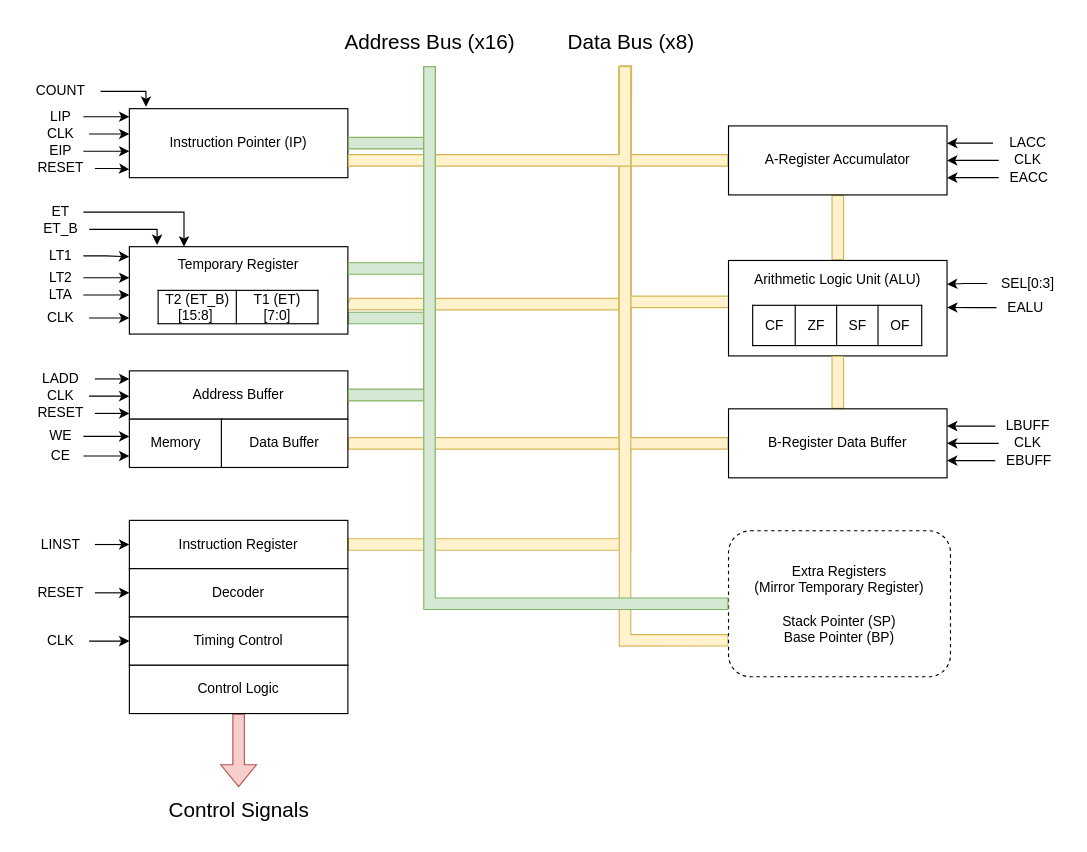
Before: System_Schematic.drawio in GrasonHumphrey/goOSe_CPU_Emulator, a draw.io diagram. Source tidied: cells renumbered, new cells numbered last; positions are measured from the earlier drawing's top-left corner, leaving out a move shared by most shapes. Both pictures are drawn from the tidied source at 115%, with x=0, y=0 at pixel (20, 20).
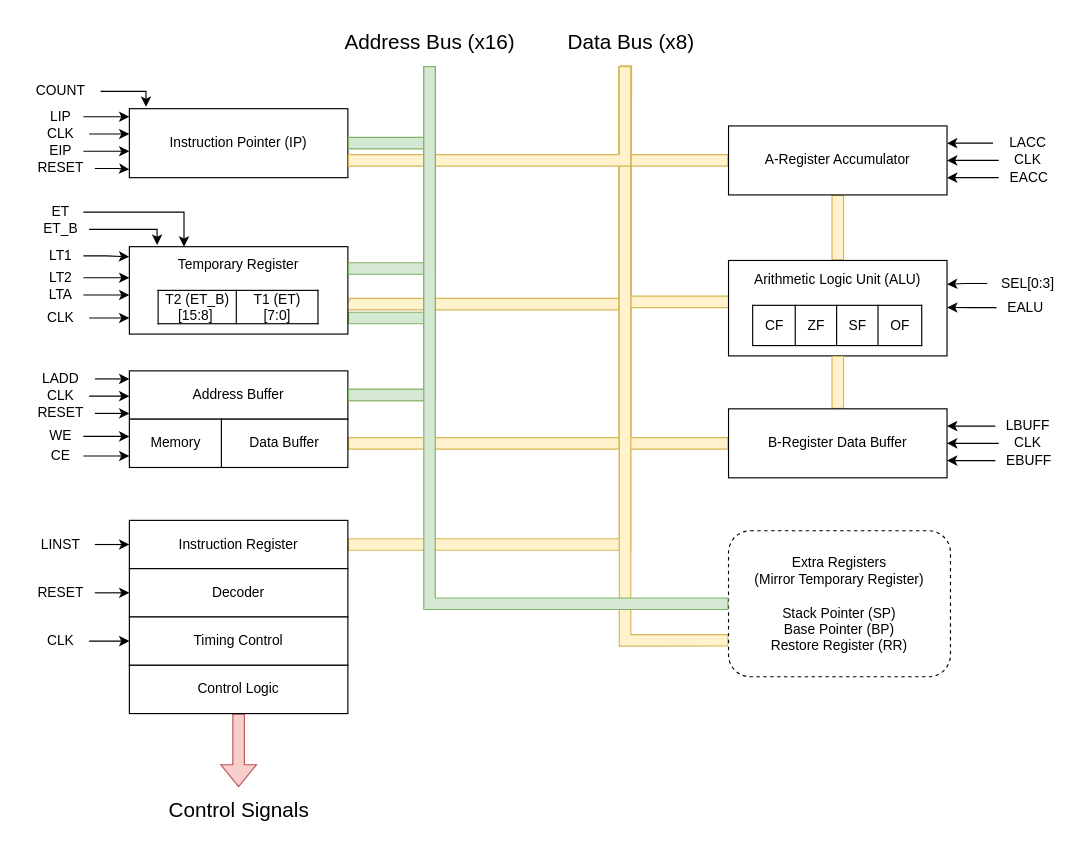
The same page after the edit.

Change to the diagram source:
```diff
@@
-    <mxCell id="86" value="Extra Registers&lt;div&gt;(Mirror Temporary Register)&lt;/div&gt;&lt;div&gt;&lt;br&gt;&lt;/div&gt;&lt;div&gt;Stack Pointer (SP)&lt;/div&gt;&lt;div&gt;Base Pointer (BP)&lt;/div&gt;" style="rounded=1;whiteSpace=wrap;html=1;dashed=1;" parent="1" vertex="1">
+    <mxCell id="86" value="Extra Registers&lt;div&gt;(Mirror Temporary Register)&lt;/div&gt;&lt;div&gt;&lt;br&gt;&lt;/div&gt;&lt;div&gt;Stack Pointer (SP)&lt;/div&gt;&lt;div&gt;Base Pointer (BP)&lt;/div&gt;&lt;div&gt;Restore Register (RR)&lt;/div&gt;" style="rounded=1;whiteSpace=wrap;html=1;dashed=1;" parent="1" vertex="1">
       <mxGeometry x="616" y="444" width="193" height="127" as="geometry" />
     </mxCell>
```
